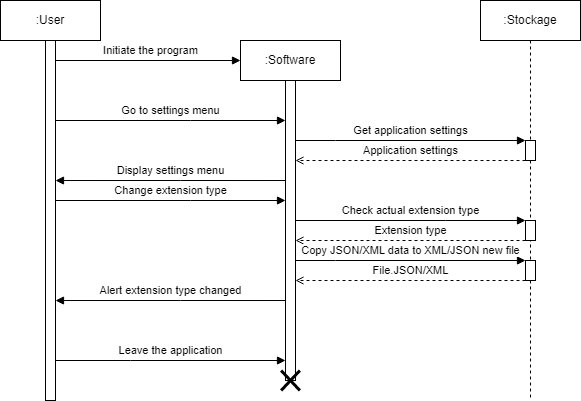
Before: CDC/3.0/sequence_diagram_settings_changeFileExtensionType.png, a diagram exported from draw.io (Atineon/easysave_production). Source tidied: cells renumbered, new cells last; positions are measured from the earlier drawing's top-left corner, leaving out a move shared by most shapes. Its diagram source:
```xml
<mxGraphModel background="#ffffff">
  <root>
    <mxCell id="0" />
    <mxCell id="1" parent="0" />
    <mxCell id="2" value=":User" style="shape=umlLifeline;perimeter=lifelinePerimeter;whiteSpace=wrap;html=1;" parent="1" vertex="1">
      <mxGeometry width="100" height="400" as="geometry" />
    </mxCell>
    <mxCell id="3" style="html=1;points=[];perimeter=orthogonalPerimeter;" parent="2" vertex="1">
      <mxGeometry x="45" y="40" width="10" height="360" as="geometry" />
    </mxCell>
    <mxCell id="4" value=":Software" style="shape=umlLifeline;perimeter=lifelinePerimeter;whiteSpace=wrap;html=1;" parent="1" vertex="1">
      <mxGeometry x="240" y="40" width="100" height="340" as="geometry" />
    </mxCell>
    <mxCell id="5" style="html=1;points=[];perimeter=orthogonalPerimeter;" parent="4" vertex="1">
      <mxGeometry x="45" y="40" width="10" height="300" as="geometry" />
    </mxCell>
    <mxCell id="6" style="shape=umlDestroy;whiteSpace=wrap;html=1;strokeWidth=3;" parent="4" vertex="1">
      <mxGeometry x="40.6" y="330" width="18.8" height="20" as="geometry" />
    </mxCell>
    <mxCell id="7" value=":Stockage" style="shape=umlLifeline;perimeter=lifelinePerimeter;whiteSpace=wrap;html=1;" parent="1" vertex="1">
      <mxGeometry x="480" width="100" height="400" as="geometry" />
    </mxCell>
    <mxCell id="8" style="html=1;points=[];perimeter=orthogonalPerimeter;" parent="7" vertex="1">
      <mxGeometry x="45" y="140" width="10" height="20" as="geometry" />
    </mxCell>
    <mxCell id="9" value="Get application settings" style="edgeStyle=orthogonalEdgeStyle;rounded=0;jettySize=auto;html=1;endArrow=block;endFill=1;" parent="7" edge="1" target="8">
      <mxGeometry y="10" relative="1" as="geometry">
        <mxPoint x="-185" y="140" as="sourcePoint" />
        <Array as="points">
          <mxPoint x="-145" y="140" />
          <mxPoint x="-145" y="140" />
        </Array>
      </mxGeometry>
    </mxCell>
    <mxCell id="10" value="Application settings" style="edgeStyle=orthogonalEdgeStyle;rounded=0;jettySize=auto;html=1;endArrow=open;endFill=0;dashed=1;" parent="7" edge="1" source="8">
      <mxGeometry y="-10" relative="1" as="geometry">
        <mxPoint x="-185" y="160" as="targetPoint" />
        <Array as="points">
          <mxPoint x="-105" y="160" />
          <mxPoint x="-105" y="160" />
        </Array>
      </mxGeometry>
    </mxCell>
    <mxCell id="11" value="Initiate the program" style="edgeStyle=orthogonalEdgeStyle;rounded=0;jettySize=auto;html=1;endArrow=block;endFill=1;" parent="1" edge="1" source="3">
      <mxGeometry x="0.03" y="10" relative="1" as="geometry">
        <mxPoint x="240" y="60" as="targetPoint" />
        <Array as="points">
          <mxPoint x="240" y="60" />
        </Array>
      </mxGeometry>
    </mxCell>
    <mxCell id="12" value="Go to settings menu" style="edgeStyle=orthogonalEdgeStyle;rounded=0;jettySize=auto;html=1;endArrow=block;endFill=1;" parent="1" edge="1" source="3" target="5">
      <mxGeometry y="10" relative="1" as="geometry">
        <Array as="points">
          <mxPoint x="190" y="120" />
          <mxPoint x="190" y="120" />
        </Array>
      </mxGeometry>
    </mxCell>
    <mxCell id="13" value="Display settings menu" style="edgeStyle=orthogonalEdgeStyle;rounded=0;orthogonalLoop=1;jettySize=auto;html=1;endArrow=block;endFill=1;" parent="1" edge="1">
      <mxGeometry y="-10" relative="1" as="geometry">
        <mxPoint x="285" y="180" as="sourcePoint" />
        <mxPoint x="55" y="180" as="targetPoint" />
        <Array as="points">
          <mxPoint x="180" y="180" />
          <mxPoint x="180" y="180" />
        </Array>
      </mxGeometry>
    </mxCell>
    <mxCell id="14" value="Leave the application" style="edgeStyle=orthogonalEdgeStyle;rounded=0;orthogonalLoop=1;jettySize=auto;html=1;endArrow=block;endFill=1;" parent="1" edge="1">
      <mxGeometry y="10" relative="1" as="geometry">
        <mxPoint x="55" y="360" as="sourcePoint" />
        <mxPoint x="285" y="360" as="targetPoint" />
        <Array as="points">
          <mxPoint x="130" y="360" />
          <mxPoint x="130" y="360" />
        </Array>
      </mxGeometry>
    </mxCell>
    <mxCell id="15" value="Change extension type" style="edgeStyle=orthogonalEdgeStyle;rounded=0;orthogonalLoop=1;jettySize=auto;html=1;endArrow=block;endFill=1;" parent="1" edge="1">
      <mxGeometry y="10" relative="1" as="geometry">
        <mxPoint x="55" y="200" as="sourcePoint" />
        <mxPoint x="285" y="200" as="targetPoint" />
        <Array as="points">
          <mxPoint x="190" y="200" />
          <mxPoint x="190" y="200" />
        </Array>
      </mxGeometry>
    </mxCell>
    <mxCell id="16" style="html=1;points=[];perimeter=orthogonalPerimeter;" parent="1" vertex="1">
      <mxGeometry x="525" y="220" width="10" height="20" as="geometry" />
    </mxCell>
    <mxCell id="17" value="Check actual extension type" style="edgeStyle=orthogonalEdgeStyle;rounded=0;jettySize=auto;html=1;endArrow=block;endFill=1;" parent="1" edge="1" target="16">
      <mxGeometry y="10" relative="1" as="geometry">
        <mxPoint x="295" y="220" as="sourcePoint" />
        <Array as="points">
          <mxPoint x="445" y="220" />
          <mxPoint x="445" y="220" />
        </Array>
      </mxGeometry>
    </mxCell>
    <mxCell id="18" value="Extension type" style="edgeStyle=orthogonalEdgeStyle;rounded=0;jettySize=auto;html=1;endArrow=open;endFill=0;dashed=1;" parent="1" edge="1" source="16">
      <mxGeometry y="-10" relative="1" as="geometry">
        <mxPoint x="295" y="240" as="targetPoint" />
        <Array as="points">
          <mxPoint x="465" y="240" />
          <mxPoint x="465" y="240" />
        </Array>
      </mxGeometry>
    </mxCell>
    <mxCell id="19" value="Alert extension type changed" style="edgeStyle=orthogonalEdgeStyle;rounded=0;orthogonalLoop=1;jettySize=auto;html=1;endArrow=block;endFill=1;" parent="1" edge="1">
      <mxGeometry y="-10" relative="1" as="geometry">
        <mxPoint x="285" y="300" as="sourcePoint" />
        <mxPoint x="55" y="300" as="targetPoint" />
        <Array as="points">
          <mxPoint x="180" y="300" />
          <mxPoint x="180" y="300" />
        </Array>
      </mxGeometry>
    </mxCell>
    <mxCell id="20" style="html=1;points=[];perimeter=orthogonalPerimeter;" parent="1" vertex="1">
      <mxGeometry x="525" y="260" width="10" height="20" as="geometry" />
    </mxCell>
    <mxCell id="21" value="Copy JSON/XML data to XML/JSON new file" style="edgeStyle=orthogonalEdgeStyle;rounded=0;jettySize=auto;html=1;endArrow=block;endFill=1;" parent="1" edge="1" target="20">
      <mxGeometry y="10" relative="1" as="geometry">
        <mxPoint x="295" y="260" as="sourcePoint" />
        <Array as="points">
          <mxPoint x="335" y="260" />
          <mxPoint x="335" y="260" />
        </Array>
      </mxGeometry>
    </mxCell>
    <mxCell id="22" value="File.JSON/XML" style="edgeStyle=orthogonalEdgeStyle;rounded=0;jettySize=auto;html=1;endArrow=open;endFill=0;dashed=1;" parent="1" edge="1" source="20">
      <mxGeometry y="-10" relative="1" as="geometry">
        <mxPoint x="295" y="280" as="targetPoint" />
        <Array as="points">
          <mxPoint x="375" y="280" />
          <mxPoint x="375" y="280" />
        </Array>
      </mxGeometry>
    </mxCell>
  </root>
</mxGraphModel>
```
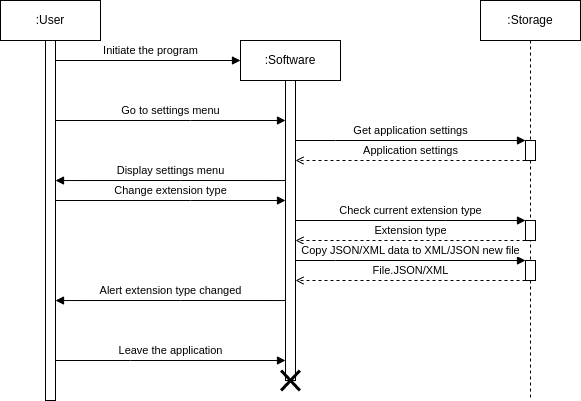
The same diagram one commit later.

Change to the diagram source:
```diff
@@ -17,7 +17,7 @@
     <mxCell id="6" style="shape=umlDestroy;whiteSpace=wrap;html=1;strokeWidth=3;" parent="4" vertex="1">
       <mxGeometry x="40.6" y="330" width="18.8" height="20" as="geometry" />
     </mxCell>
-    <mxCell id="7" value=":Stockage" style="shape=umlLifeline;perimeter=lifelinePerimeter;whiteSpace=wrap;html=1;" parent="1" vertex="1">
+    <mxCell id="7" value=":Storage" style="shape=umlLifeline;perimeter=lifelinePerimeter;whiteSpace=wrap;html=1;" parent="1" vertex="1">
       <mxGeometry x="480" width="100" height="400" as="geometry" />
     </mxCell>
     <mxCell id="8" style="html=1;points=[];perimeter=orthogonalPerimeter;" parent="7" vertex="1">
@@ -90,7 +90,7 @@
     <mxCell id="16" style="html=1;points=[];perimeter=orthogonalPerimeter;" parent="1" vertex="1">
       <mxGeometry x="525" y="220" width="10" height="20" as="geometry" />
     </mxCell>
-    <mxCell id="17" value="Check actual extension type" style="edgeStyle=orthogonalEdgeStyle;rounded=0;jettySize=auto;html=1;endArrow=block;endFill=1;" parent="1" edge="1" target="16">
+    <mxCell id="17" value="Check current extension type" style="edgeStyle=orthogonalEdgeStyle;rounded=0;jettySize=auto;html=1;endArrow=block;endFill=1;" parent="1" edge="1" target="16">
       <mxGeometry y="10" relative="1" as="geometry">
         <mxPoint x="295" y="220" as="sourcePoint" />
         <Array as="points">
```
